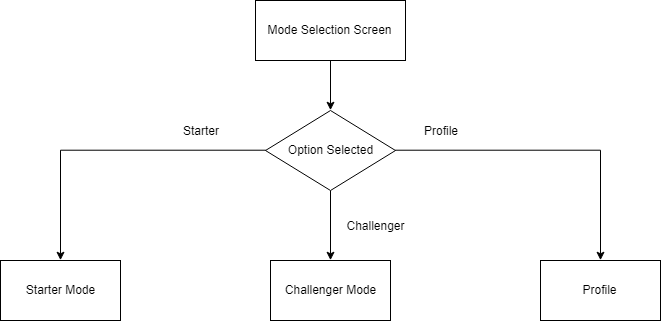
Before: Flowcharts/Mode selection flowchart.png, a diagram exported from draw.io (AniG007/TreeCare-Tournament). Source tidied: cells renumbered, new cells last; positions are measured from the earlier drawing's top-left corner, leaving out a move shared by most shapes.
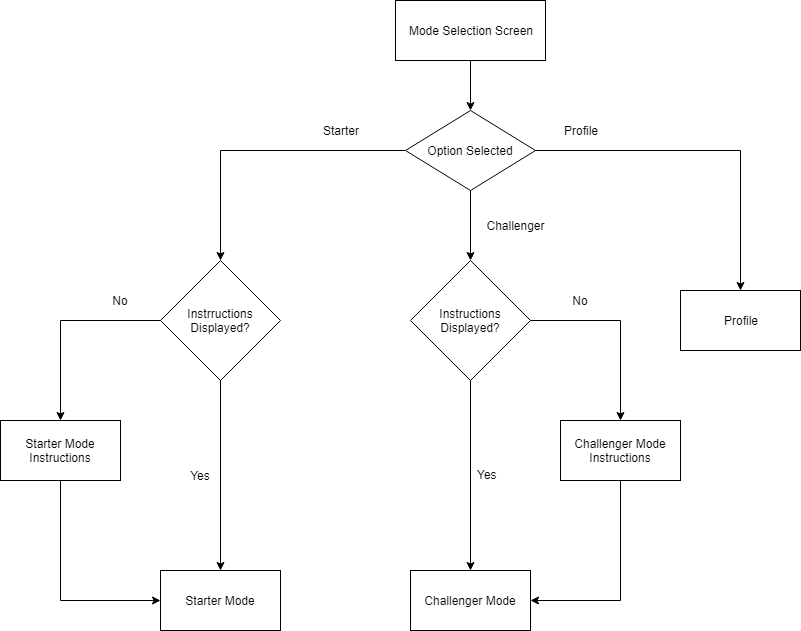
The same diagram one commit later.

What changed in the source:
```diff
@@ -8,26 +8,26 @@
     <mxCell id="3" value="Mode Selection Screen" style="rounded=0;whiteSpace=wrap;html=1;" parent="1" vertex="1">
       <mxGeometry x="255" width="150" height="60" as="geometry" />
     </mxCell>
-    <mxCell id="4" style="edgeStyle=orthogonalEdgeStyle;rounded=0;jettySize=auto;html=1;entryX=0.5;entryY=0;entryDx=0;entryDy=0;" parent="1" edge="1" source="7" target="9">
-      <mxGeometry relative="1" as="geometry" />
-    </mxCell>
     <mxCell id="5" style="edgeStyle=orthogonalEdgeStyle;rounded=0;jettySize=auto;html=1;entryX=0.5;entryY=0;entryDx=0;entryDy=0;" parent="1" edge="1" source="7" target="10">
       <mxGeometry relative="1" as="geometry" />
     </mxCell>
-    <mxCell id="6" style="edgeStyle=orthogonalEdgeStyle;rounded=0;jettySize=auto;html=1;entryX=0.5;entryY=0;entryDx=0;entryDy=0;" parent="1" edge="1" source="7" target="8">
-      <mxGeometry relative="1" as="geometry" />
-    </mxCell>
+    <mxCell id="14" style="edgeStyle=orthogonalEdgeStyle;rounded=0;jettySize=auto;html=1;entryX=0.5;entryY=0;entryDx=0;entryDy=0;" parent="1" edge="1" source="7" target="18">
+      <mxGeometry relative="1" as="geometry" />
+    </mxCell>
+    <mxCell id="15" style="edgeStyle=orthogonalEdgeStyle;rounded=0;jettySize=auto;html=1;exitX=0.5;exitY=1;exitDx=0;exitDy=0;entryX=0.5;entryY=0;entryDx=0;entryDy=0;" parent="1" edge="1" source="7" target="25">
+      <mxGeometry relative="1" as="geometry" />
+    </mxCell>
     <mxCell id="7" value="Option Selected" style="rhombus;whiteSpace=wrap;html=1;" parent="1" vertex="1">
       <mxGeometry x="265" y="110" width="130" height="80" as="geometry" />
     </mxCell>
     <mxCell id="8" value="Starter Mode" style="rounded=0;whiteSpace=wrap;html=1;" parent="1" vertex="1">
-      <mxGeometry y="260" width="120" height="60" as="geometry" />
+      <mxGeometry x="20" y="570" width="120" height="60" as="geometry" />
     </mxCell>
     <mxCell id="9" value="Challenger Mode" style="rounded=0;whiteSpace=wrap;html=1;" parent="1" vertex="1">
-      <mxGeometry x="270" y="260" width="120" height="60" as="geometry" />
+      <mxGeometry x="270" y="570" width="120" height="60" as="geometry" />
     </mxCell>
     <mxCell id="10" value="Profile" style="rounded=0;whiteSpace=wrap;html=1;" parent="1" vertex="1">
-      <mxGeometry x="540" y="260" width="120" height="60" as="geometry" />
+      <mxGeometry x="540" y="290" width="120" height="60" as="geometry" />
     </mxCell>
     <mxCell id="11" value="Starter" style="text;html=1;strokeColor=none;fillColor=none;align=center;verticalAlign=middle;whiteSpace=wrap;rounded=0;" parent="1" vertex="1">
       <mxGeometry x="180" y="120" width="40" height="20" as="geometry" />
@@ -38,5 +38,51 @@
     <mxCell id="13" value="Profile" style="text;html=1;strokeColor=none;fillColor=none;align=center;verticalAlign=middle;whiteSpace=wrap;rounded=0;" parent="1" vertex="1">
       <mxGeometry x="420" y="120" width="40" height="20" as="geometry" />
     </mxCell>
+    <mxCell id="16" style="edgeStyle=orthogonalEdgeStyle;rounded=0;jettySize=auto;html=1;entryX=0.5;entryY=0;entryDx=0;entryDy=0;" parent="1" edge="1" source="18" target="8">
+      <mxGeometry relative="1" as="geometry" />
+    </mxCell>
+    <mxCell id="17" style="edgeStyle=orthogonalEdgeStyle;rounded=0;jettySize=auto;html=1;" parent="1" edge="1" source="18" target="20">
+      <mxGeometry relative="1" as="geometry" />
+    </mxCell>
+    <mxCell id="18" value="Instrructions Displayed?" style="rhombus;whiteSpace=wrap;html=1;" parent="1" vertex="1">
+      <mxGeometry x="20" y="260" width="120" height="120" as="geometry" />
+    </mxCell>
+    <mxCell id="19" style="edgeStyle=orthogonalEdgeStyle;rounded=0;jettySize=auto;html=1;entryX=0;entryY=0.5;entryDx=0;entryDy=0;" parent="1" edge="1" source="20" target="8">
+      <mxGeometry relative="1" as="geometry">
+        <Array as="points">
+          <mxPoint x="-80" y="600" />
+        </Array>
+      </mxGeometry>
+    </mxCell>
+    <mxCell id="20" value="Starter Mode Instructions" style="rounded=0;whiteSpace=wrap;html=1;" parent="1" vertex="1">
+      <mxGeometry x="-140" y="420" width="120" height="60" as="geometry" />
+    </mxCell>
+    <mxCell id="21" value="No" style="text;html=1;strokeColor=none;fillColor=none;align=center;verticalAlign=middle;whiteSpace=wrap;rounded=0;" parent="1" vertex="1">
+      <mxGeometry x="-40" y="290" width="40" height="20" as="geometry" />
+    </mxCell>
+    <mxCell id="22" value="Yes" style="text;html=1;strokeColor=none;fillColor=none;align=center;verticalAlign=middle;whiteSpace=wrap;rounded=0;" parent="1" vertex="1">
+      <mxGeometry x="40" y="465" width="40" height="20" as="geometry" />
+    </mxCell>
+    <mxCell id="23" style="edgeStyle=orthogonalEdgeStyle;rounded=0;jettySize=auto;html=1;entryX=0.5;entryY=0;entryDx=0;entryDy=0;" parent="1" edge="1" source="25" target="9">
+      <mxGeometry relative="1" as="geometry" />
+    </mxCell>
+    <mxCell id="24" style="edgeStyle=orthogonalEdgeStyle;rounded=0;jettySize=auto;html=1;entryX=0.5;entryY=0;entryDx=0;entryDy=0;" parent="1" edge="1" source="25" target="27">
+      <mxGeometry relative="1" as="geometry" />
+    </mxCell>
+    <mxCell id="25" value="Instructions Displayed?" style="rhombus;whiteSpace=wrap;html=1;" parent="1" vertex="1">
+      <mxGeometry x="270" y="260" width="120" height="120" as="geometry" />
+    </mxCell>
+    <mxCell id="26" style="edgeStyle=orthogonalEdgeStyle;rounded=0;jettySize=auto;html=1;exitX=0.5;exitY=1;exitDx=0;exitDy=0;entryX=1;entryY=0.5;entryDx=0;entryDy=0;" parent="1" edge="1" source="27" target="9">
+      <mxGeometry relative="1" as="geometry" />
+    </mxCell>
+    <mxCell id="27" value="Challenger Mode Instructions" style="rounded=0;whiteSpace=wrap;html=1;" parent="1" vertex="1">
+      <mxGeometry x="420" y="420" width="120" height="60" as="geometry" />
+    </mxCell>
+    <mxCell id="28" value="No" style="text;html=1;strokeColor=none;fillColor=none;align=center;verticalAlign=middle;whiteSpace=wrap;rounded=0;" parent="1" vertex="1">
+      <mxGeometry x="420" y="290" width="40" height="20" as="geometry" />
+    </mxCell>
+    <mxCell id="29" value="Yes" style="text;html=1;align=left;verticalAlign=top;spacingTop=-4;" parent="1" vertex="1">
+      <mxGeometry x="335" y="465" width="40" height="20" as="geometry" />
+    </mxCell>
   </root>
 </mxGraphModel>
```
